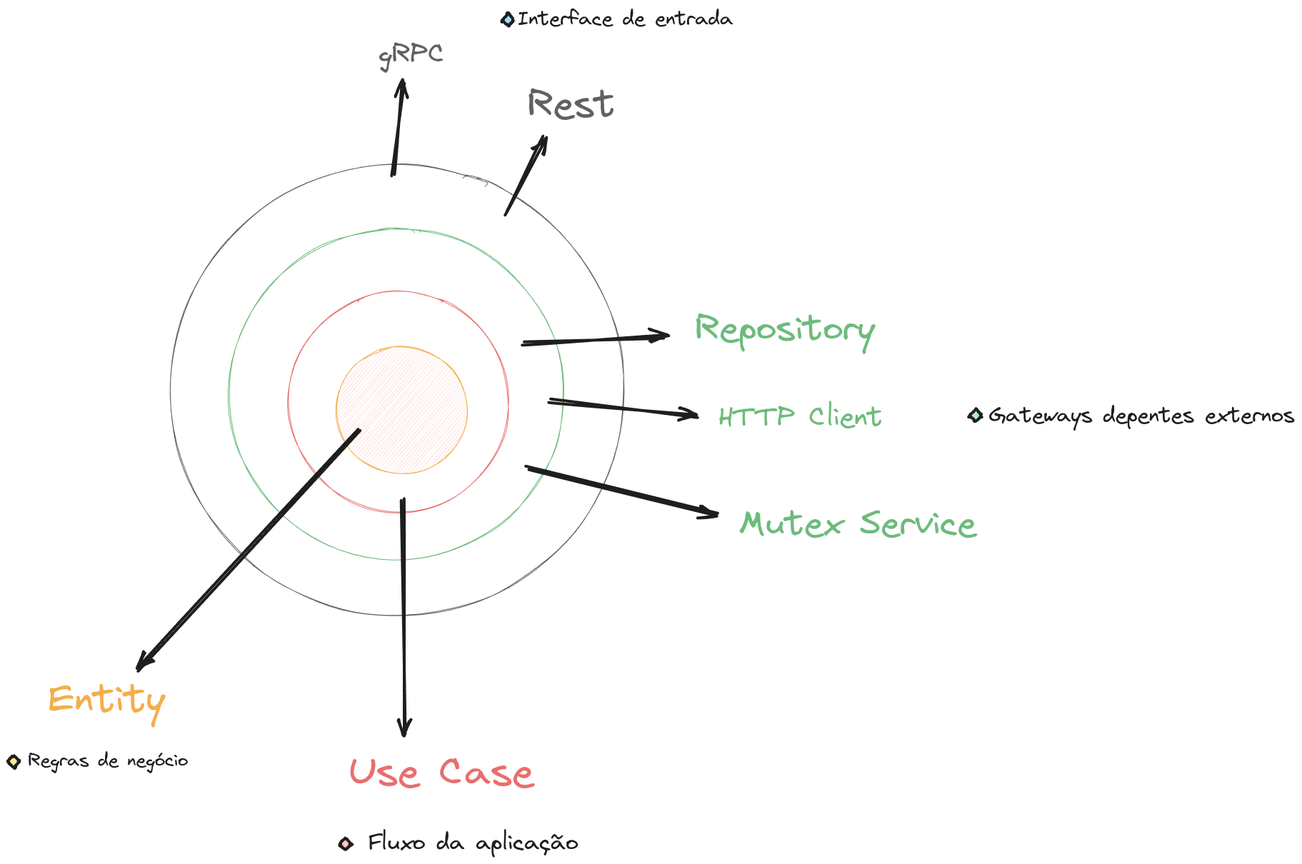
Above: assets/clean_arch.png in guilhermealvess/guicpay (Excalidraw), before the change. Source tidied: one line per element, renumbered; positions are measured from the earlier drawing's top-left corner, leaving out a move shared by most shapes. Source of this version:
```json
{"id": 0, "type": "ellipse", "strokeColor": "#1e1e1e", "strokeWidth": 1, "roughness": 1, "opacity": 70, "round": true, "x": 228, "y": 220, "width": 636, "height": 633}
{"id": 1, "type": "ellipse", "strokeColor": "#2f9e44", "strokeWidth": 1, "roughness": 1, "opacity": 70, "round": true, "x": 311, "y": 310, "width": 469, "height": 464}
{"id": 2, "type": "ellipse", "strokeColor": "#e03131", "strokeWidth": 1, "roughness": 1, "opacity": 70, "round": true, "x": 394, "y": 399, "width": 309, "height": 309}
{"id": 3, "type": "ellipse", "strokeColor": "#f08c00", "backgroundColor": "#ffc9c9", "fillStyle": "hachure", "strokeWidth": 1, "roughness": 1, "opacity": 70, "round": true, "x": 460, "y": 475, "width": 184, "height": 179}
{"id": 4, "type": "text", "text": "Entity", "strokeColor": "#f08c00", "backgroundColor": "#ffc9c9", "fillStyle": "hachure", "strokeWidth": 1, "roughness": 1, "opacity": 70, "fontSize": 55.09, "fontFamily": 1, "x": 58, "y": 937, "width": 163, "height": 69}
{"id": 5, "type": "text", "text": "Use Case", "strokeColor": "#e03131", "backgroundColor": "#ffc9c9", "fillStyle": "hachure", "strokeWidth": 1, "roughness": 1, "opacity": 70, "fontSize": 55.14, "fontFamily": 1, "x": 478, "y": 1038, "width": 259, "height": 69}
{"id": 6, "type": "text", "text": "Rest", "strokeColor": "#1e1e1e", "backgroundColor": "#ffc9c9", "fillStyle": "hachure", "strokeWidth": 1, "roughness": 1, "opacity": 70, "fontSize": 52.54, "fontFamily": 1, "x": 729, "y": 105, "width": 123, "height": 66}
{"id": 7, "type": "text", "text": "Repository", "strokeColor": "#2f9e44", "backgroundColor": "#ffc9c9", "fillStyle": "hachure", "strokeWidth": 1, "roughness": 1, "opacity": 70, "fontSize": 49.69, "fontFamily": 1, "x": 964, "y": 421, "width": 251, "height": 62}
{"id": 8, "type": "text", "text": "HTTP Client", "strokeColor": "#2f9e44", "backgroundColor": "#ffc9c9", "fillStyle": "hachure", "strokeWidth": 1, "roughness": 1, "opacity": 70, "fontSize": 38.2, "fontFamily": 1, "x": 996, "y": 552, "width": 230, "height": 48}
{"id": 9, "type": "text", "text": "Mutex Service", "strokeColor": "#2f9e44", "backgroundColor": "#ffc9c9", "fillStyle": "hachure", "strokeWidth": 4, "roughness": 2, "opacity": 70, "fontSize": 48.34, "fontFamily": 1, "x": 1025, "y": 694, "width": 333, "height": 60}
{"id": 10, "type": "arrow", "strokeColor": "#1e1e1e", "backgroundColor": "#ffc9c9", "fillStyle": "hachure", "strokeWidth": 4, "roughness": 2, "endArrowhead": "arrow", "round": true, "to": 17, "x": 540, "y": 235, "width": 17, "height": 130, "points": [[0, 0], [17, -130]]}
{"id": 11, "type": "arrow", "strokeColor": "#1e1e1e", "backgroundColor": "#ffc9c9", "fillStyle": "hachure", "strokeWidth": 4, "roughness": 2, "endArrowhead": "arrow", "round": true, "to": 6, "x": 697, "y": 289, "width": 56, "height": 106, "points": [[0, 0], [56, -106]]}
{"id": 12, "type": "arrow", "strokeColor": "#1e1e1e", "backgroundColor": "#ffc9c9", "fillStyle": "hachure", "strokeWidth": 4, "roughness": 2, "endArrowhead": "arrow", "round": true, "x": 723, "y": 471, "width": 199, "height": 8, "points": [[0, 0], [199, -8]]}
{"id": 13, "type": "arrow", "strokeColor": "#1e1e1e", "backgroundColor": "#ffc9c9", "fillStyle": "hachure", "strokeWidth": 4, "roughness": 2, "endArrowhead": "arrow", "round": true, "x": 760, "y": 551, "width": 206, "height": 22, "points": [[0, 0], [206, 22]]}
{"id": 14, "type": "arrow", "strokeColor": "#1e1e1e", "backgroundColor": "#ffc9c9", "fillStyle": "hachure", "strokeWidth": 4, "roughness": 2, "endArrowhead": "arrow", "round": true, "x": 728, "y": 645, "width": 267, "height": 64, "points": [[0, 0], [267, 64]]}
{"id": 15, "type": "arrow", "strokeColor": "#1e1e1e", "backgroundColor": "#ffc9c9", "fillStyle": "hachure", "strokeWidth": 4, "roughness": 2, "endArrowhead": "arrow", "round": true, "x": 554, "y": 691, "width": 2, "height": 329, "points": [[0, 0], [2, 329]]}
{"id": 16, "type": "arrow", "strokeColor": "#1e1e1e", "backgroundColor": "#ffc9c9", "fillStyle": "hachure", "strokeWidth": 4, "roughness": 2, "endArrowhead": "arrow", "round": true, "to": 4, "x": 493, "y": 591, "width": 312, "height": 337, "points": [[0, 0], [-312, 337]]}
{"id": 17, "type": "text", "text": "gRPC", "strokeColor": "#1e1e1e", "backgroundColor": "#ffc9c9", "fillStyle": "hachure", "strokeWidth": 4, "roughness": 2, "opacity": 70, "fontSize": 37.66, "fontFamily": 1, "x": 520, "y": 43, "width": 94, "height": 47}
{"id": 18, "type": "text", "text": "Interface de entrada", "strokeColor": "#1e1e1e", "backgroundColor": "#ffc9c9", "fillStyle": "hachure", "strokeWidth": 4, "roughness": 2, "fontSize": 27.95, "fontFamily": 1, "x": 715, "y": 0, "width": 301, "height": 35}
{"id": 19, "type": "text", "text": "Gateways depentes externos", "strokeColor": "#1e1e1e", "backgroundColor": "#ffc9c9", "fillStyle": "hachure", "strokeWidth": 4, "roughness": 2, "fontSize": 29.85, "fontFamily": 1, "x": 1375, "y": 554, "width": 428, "height": 37}
{"id": 20, "type": "text", "text": "Fluxo da aplicação", "strokeColor": "#1e1e1e", "backgroundColor": "#ffc9c9", "fillStyle": "hachure", "strokeWidth": 4, "roughness": 2, "fontSize": 31.64, "fontFamily": 1, "x": 506, "y": 1151, "width": 294, "height": 40}
{"id": 21, "type": "text", "text": "Regras de negócio", "strokeColor": "#1e1e1e", "backgroundColor": "#ffc9c9", "fillStyle": "hachure", "strokeWidth": 4, "roughness": 2, "fontSize": 25.37, "fontFamily": 1, "x": 30, "y": 1040, "width": 224, "height": 32}
{"id": 22, "type": "diamond", "strokeColor": "#1e1e1e", "backgroundColor": "#a5d8ff", "fillStyle": "solid", "strokeWidth": 4, "roughness": 2, "round": true, "x": 693, "y": 9, "width": 17, "height": 17}
{"id": 23, "type": "diamond", "strokeColor": "#1e1e1e", "backgroundColor": "#b2f2bb", "fillStyle": "solid", "strokeWidth": 4, "roughness": 2, "round": true, "x": 1348, "y": 563, "width": 17, "height": 17}
{"id": 24, "type": "diamond", "strokeColor": "#1e1e1e", "backgroundColor": "#ffc9c9", "fillStyle": "solid", "strokeWidth": 4, "roughness": 2, "round": true, "x": 465, "y": 1163, "width": 17, "height": 17}
{"id": 25, "type": "diamond", "strokeColor": "#1e1e1e", "backgroundColor": "#ffec99", "fillStyle": "solid", "strokeWidth": 4, "roughness": 2, "round": true, "x": 0, "y": 1048, "width": 17, "height": 17}
```
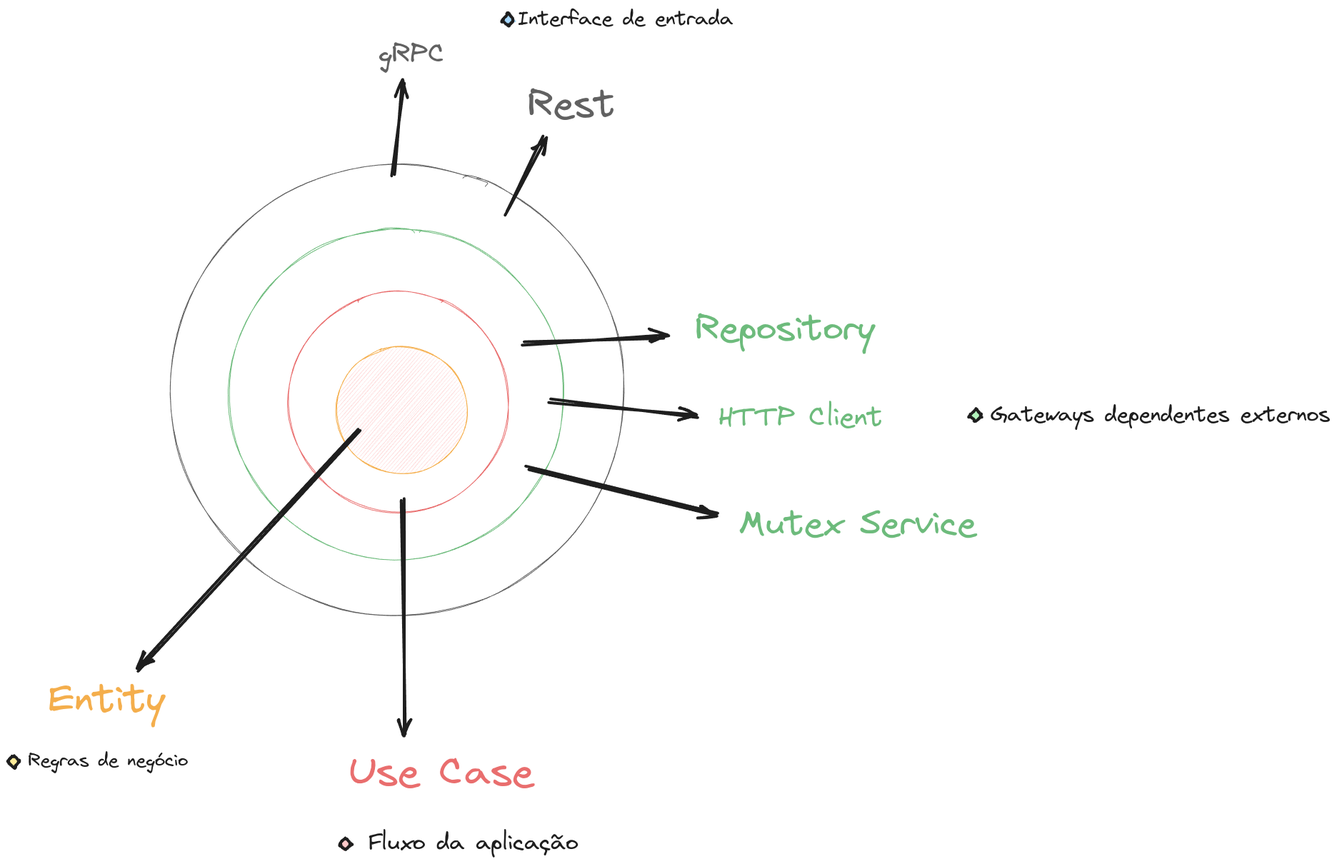
The same diagram one commit later.

What changed in the source:
```diff
@@ -17,7 +17,7 @@
 {"id": 16, "type": "arrow", "strokeColor": "#1e1e1e", "backgroundColor": "#ffc9c9", "fillStyle": "hachure", "strokeWidth": 4, "roughness": 2, "endArrowhead": "arrow", "round": true, "to": 4, "x": 493, "y": 591, "width": 312, "height": 337, "points": [[0, 0], [-312, 337]]}
 {"id": 17, "type": "text", "text": "gRPC", "strokeColor": "#1e1e1e", "backgroundColor": "#ffc9c9", "fillStyle": "hachure", "strokeWidth": 4, "roughness": 2, "opacity": 70, "fontSize": 37.66, "fontFamily": 1, "x": 520, "y": 43, "width": 94, "height": 47}
 {"id": 18, "type": "text", "text": "Interface de entrada", "strokeColor": "#1e1e1e", "backgroundColor": "#ffc9c9", "fillStyle": "hachure", "strokeWidth": 4, "roughness": 2, "fontSize": 27.95, "fontFamily": 1, "x": 715, "y": 0, "width": 301, "height": 35}
-{"id": 19, "type": "text", "text": "Gateways depentes externos", "strokeColor": "#1e1e1e", "backgroundColor": "#ffc9c9", "fillStyle": "hachure", "strokeWidth": 4, "roughness": 2, "fontSize": 29.85, "fontFamily": 1, "x": 1375, "y": 554, "width": 428, "height": 37}
+{"id": 19, "type": "text", "text": "Gateways dependentes externos", "strokeColor": "#1e1e1e", "backgroundColor": "#ffc9c9", "fillStyle": "hachure", "strokeWidth": 4, "roughness": 2, "fontSize": 29.85, "fontFamily": 1, "x": 1377, "y": 553, "width": 475, "height": 37}
 {"id": 20, "type": "text", "text": "Fluxo da aplicação", "strokeColor": "#1e1e1e", "backgroundColor": "#ffc9c9", "fillStyle": "hachure", "strokeWidth": 4, "roughness": 2, "fontSize": 31.64, "fontFamily": 1, "x": 506, "y": 1151, "width": 294, "height": 40}
 {"id": 21, "type": "text", "text": "Regras de negócio", "strokeColor": "#1e1e1e", "backgroundColor": "#ffc9c9", "fillStyle": "hachure", "strokeWidth": 4, "roughness": 2, "fontSize": 25.37, "fontFamily": 1, "x": 30, "y": 1040, "width": 224, "height": 32}
 {"id": 22, "type": "diamond", "strokeColor": "#1e1e1e", "backgroundColor": "#a5d8ff", "fillStyle": "solid", "strokeWidth": 4, "roughness": 2, "round": true, "x": 693, "y": 9, "width": 17, "height": 17}
```
